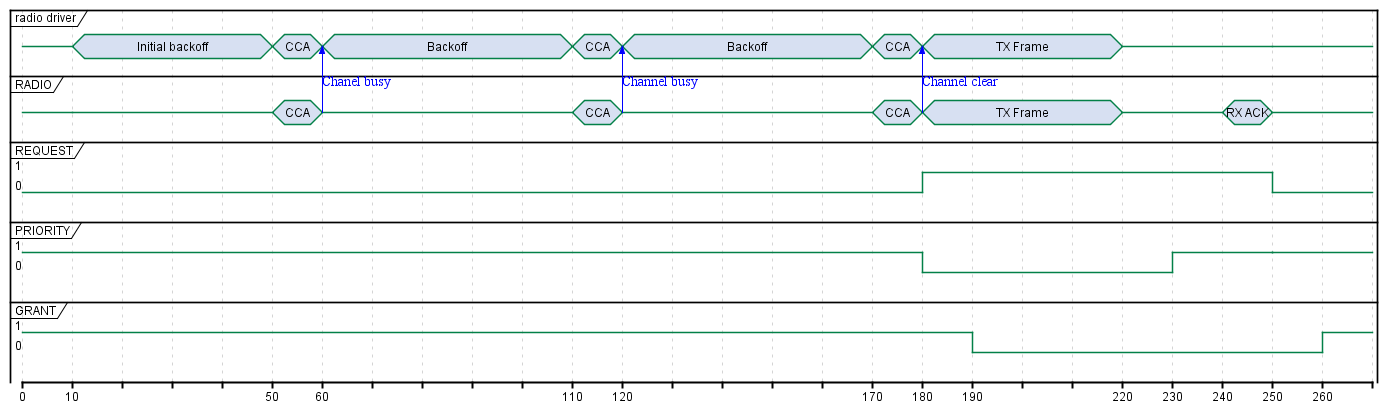
Before: doc/images/coex/coex_tx_mode_after_cca.png, a diagram exported from PlantUML (JakubPegza/nRF-IEEE-802.15.4-radio-driver-1).
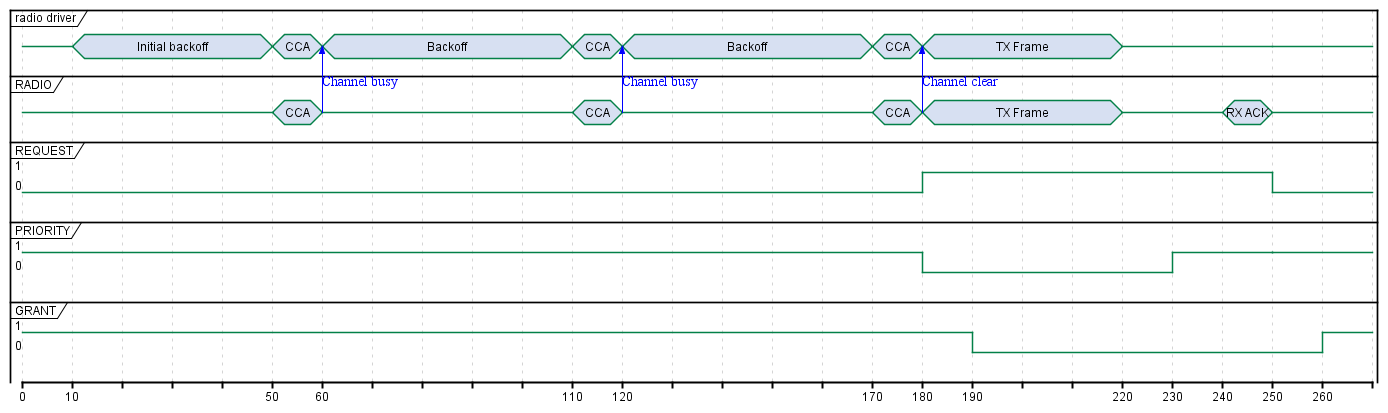
Later version of the same file.

Commit message:
doc: coex plantuml timing diagram fixes

Change to the diagram source:
```diff
@@ -34,7 +34,7 @@
 drv is "CCA"
 radio is "CCA"
 @+10
-radio -> drv: \nChanel busy
+radio -> drv: \nChannel busy
 
 drv is "Backoff"
 radio is {-}
```
